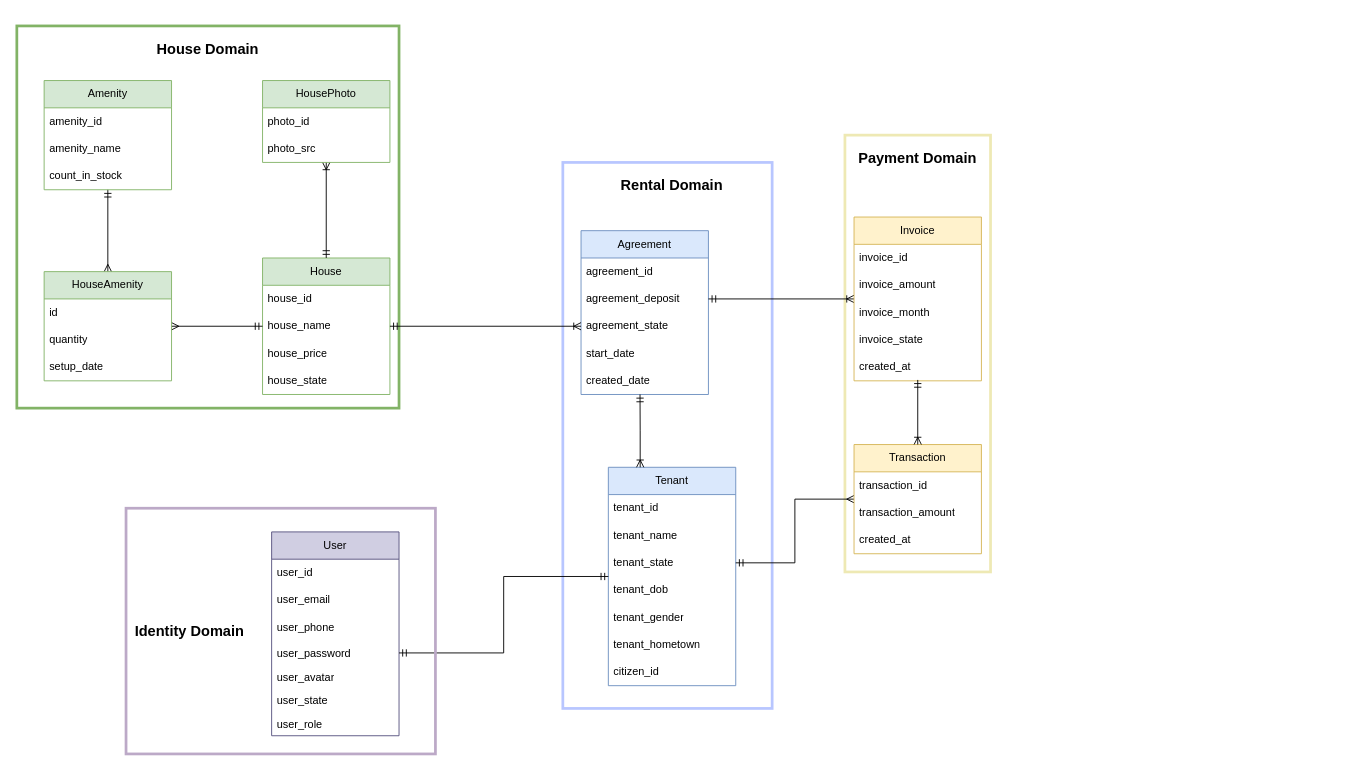
The draw.io diagram ddd-diagram.drawio in fatthinh/house_rental_management, before the edit. Source tidied: cells renumbered, new cells numbered last; positions are measured from the earlier drawing's top-left corner, leaving out a move shared by most shapes. Both pictures are drawn from the tidied source at 91%, with x=0, y=0 at pixel (16, 25).
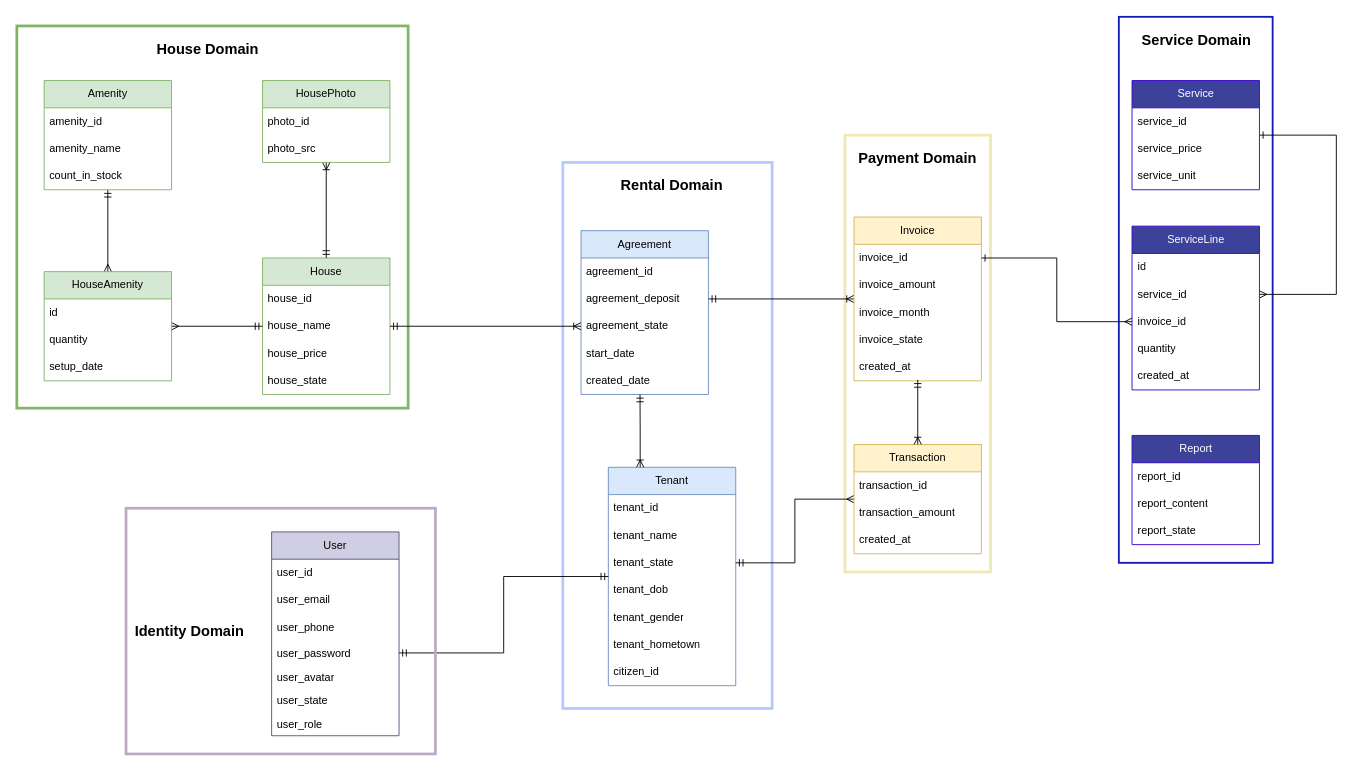
Above is the later version.

Unchanged cells that the change refers to:
```xml
<mxCell id="48" value="invoice_id" style="text;strokeColor=none;fillColor=none;align=left;verticalAlign=middle;spacingLeft=4;spacingRight=4;overflow=hidden;points=[[0,0.5],[1,0.5]];portConstraint=eastwest;whiteSpace=wrap;html=1;" parent="47" vertex="1">
  <mxGeometry y="30" width="140" height="30" as="geometry" />
</mxCell>
```

Diff of the diagram source:
```diff
@@
     <mxCell id="3" style="rounded=0;whiteSpace=wrap;html=1;fillColor=none;strokeColor=#82b366;strokeWidth=3;align=center;" parent="1" vertex="1">
-      <mxGeometry width="420" height="420" as="geometry" />
+      <mxGeometry width="430" height="420" as="geometry" />
     </mxCell>
@@
+    <mxCell id="67" style="rounded=0;whiteSpace=wrap;html=1;fillColor=none;strokeWidth=2;strokeColor=#111CB8;" parent="1" vertex="1">
+      <mxGeometry x="1211" y="-10" width="169" height="600" as="geometry" />
+    </mxCell>
+    <mxCell id="68" style="edgeStyle=orthogonalEdgeStyle;rounded=0;jettySize=auto;html=1;endArrow=ERmany;endFill=0;startArrow=ERone;startFill=0;" parent="1" edge="1" source="69" target="76">
+      <mxGeometry relative="1" as="geometry">
+        <Array as="points">
+          <mxPoint x="1450" y="120" />
+          <mxPoint x="1450" y="295" />
+        </Array>
+      </mxGeometry>
+    </mxCell>
+    <mxCell id="69" value="Service" style="swimlane;fontStyle=0;horizontal=1;startSize=30;whiteSpace=wrap;html=1;fillColor=#3c429a;fontColor=#ffffff;strokeColor=#3700CC;fillStyle=auto;" parent="1" vertex="1">
+      <mxGeometry x="1225.5" y="60" width="140" height="120" as="geometry" />
+    </mxCell>
+    <mxCell id="70" value="service_id" style="text;strokeColor=none;fillColor=none;align=left;verticalAlign=middle;spacingLeft=4;spacingRight=4;overflow=hidden;whiteSpace=wrap;html=1;" parent="69" vertex="1">
+      <mxGeometry y="30" width="140" height="30" as="geometry" />
+    </mxCell>
+    <mxCell id="71" value="service_price" style="text;strokeColor=none;fillColor=none;align=left;verticalAlign=middle;spacingLeft=4;spacingRight=4;overflow=hidden;whiteSpace=wrap;html=1;" parent="69" vertex="1">
+      <mxGeometry y="60" width="140" height="30" as="geometry" />
+    </mxCell>
+    <mxCell id="72" value="service_unit" style="text;strokeColor=none;fillColor=none;align=left;verticalAlign=middle;spacingLeft=4;spacingRight=4;overflow=hidden;whiteSpace=wrap;html=1;" parent="69" vertex="1">
+      <mxGeometry y="90" width="140" height="30" as="geometry" />
+    </mxCell>
+    <mxCell id="73" value="Service Domain" style="text;html=1;align=center;verticalAlign=middle;strokeColor=none;fillColor=none;fontSize=16;fontStyle=1;" parent="1" vertex="1">
+      <mxGeometry x="1225.5" width="140" height="30" as="geometry" />
+    </mxCell>
+    <mxCell id="74" value="ServiceLine" style="swimlane;fontStyle=0;horizontal=1;startSize=30;whiteSpace=wrap;html=1;fillColor=#3c429a;fontColor=#ffffff;strokeColor=#3700CC;fillStyle=auto;" parent="1" vertex="1">
+      <mxGeometry x="1225.5" y="220" width="140" height="180" as="geometry" />
+    </mxCell>
+    <mxCell id="75" value="id" style="text;strokeColor=none;fillColor=none;align=left;verticalAlign=middle;spacingLeft=4;spacingRight=4;overflow=hidden;whiteSpace=wrap;html=1;" parent="74" vertex="1">
+      <mxGeometry y="30" width="140" height="30" as="geometry" />
+    </mxCell>
+    <mxCell id="76" value="service_id" style="text;strokeColor=none;fillColor=none;align=left;verticalAlign=middle;spacingLeft=4;spacingRight=4;overflow=hidden;points=[[0,0.5],[1,0.5]];portConstraint=eastwest;whiteSpace=wrap;html=1;" parent="74" vertex="1">
+      <mxGeometry y="60" width="140" height="30" as="geometry" />
+    </mxCell>
+    <mxCell id="77" value="invoice_id" style="text;strokeColor=none;fillColor=none;align=left;verticalAlign=middle;spacingLeft=4;spacingRight=4;overflow=hidden;points=[[0,0.5],[1,0.5]];portConstraint=eastwest;whiteSpace=wrap;html=1;" parent="74" vertex="1">
+      <mxGeometry y="90" width="140" height="30" as="geometry" />
+    </mxCell>
+    <mxCell id="78" value="quantity" style="text;strokeColor=none;fillColor=none;align=left;verticalAlign=middle;spacingLeft=4;spacingRight=4;overflow=hidden;whiteSpace=wrap;html=1;" parent="74" vertex="1">
+      <mxGeometry y="120" width="140" height="30" as="geometry" />
+    </mxCell>
+    <mxCell id="79" value="created_at" style="text;strokeColor=none;fillColor=none;align=left;verticalAlign=middle;spacingLeft=4;spacingRight=4;overflow=hidden;whiteSpace=wrap;html=1;" parent="74" vertex="1">
+      <mxGeometry y="150" width="140" height="30" as="geometry" />
+    </mxCell>
+    <mxCell id="80" value="Report" style="swimlane;fontStyle=0;horizontal=1;startSize=30;whiteSpace=wrap;html=1;fillColor=#3c429a;fontColor=#ffffff;strokeColor=#3700CC;fillStyle=auto;" parent="1" vertex="1">
+      <mxGeometry x="1225.5" y="450" width="140" height="120" as="geometry" />
+    </mxCell>
+    <mxCell id="81" value="report_id" style="text;strokeColor=none;fillColor=none;align=left;verticalAlign=middle;spacingLeft=4;spacingRight=4;overflow=hidden;whiteSpace=wrap;html=1;" parent="80" vertex="1">
+      <mxGeometry y="30" width="140" height="30" as="geometry" />
+    </mxCell>
+    <mxCell id="82" value="report_content" style="text;strokeColor=none;fillColor=none;align=left;verticalAlign=middle;spacingLeft=4;spacingRight=4;overflow=hidden;whiteSpace=wrap;html=1;" parent="80" vertex="1">
+      <mxGeometry y="60" width="140" height="30" as="geometry" />
+    </mxCell>
+    <mxCell id="83" value="report_state" style="text;strokeColor=none;fillColor=none;align=left;verticalAlign=middle;spacingLeft=4;spacingRight=4;overflow=hidden;whiteSpace=wrap;html=1;" parent="80" vertex="1">
+      <mxGeometry y="90" width="140" height="30" as="geometry" />
+    </mxCell>
+    <mxCell id="84" style="edgeStyle=orthogonalEdgeStyle;rounded=0;jettySize=auto;html=1;endArrow=ERmany;endFill=0;startArrow=ERone;startFill=0;" parent="1" edge="1" source="48" target="77">
+      <mxGeometry relative="1" as="geometry" />
+    </mxCell>
```
